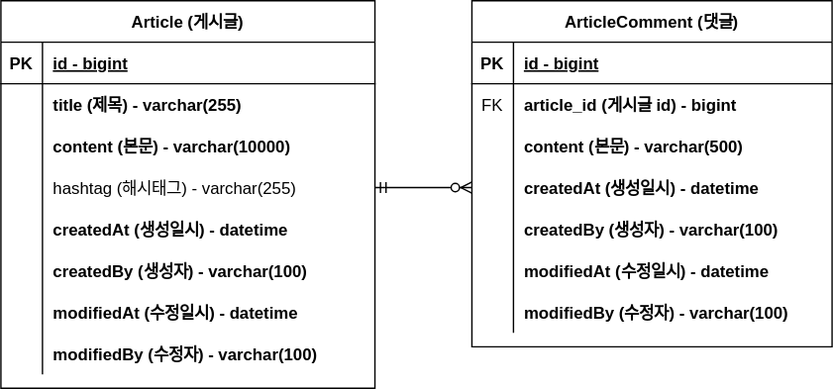
The draw.io diagram document/project-board-erd.svg in postwo/JpaBoard, before a commit. Source tidied: cells renumbered, new cells last; positions are measured from the earlier drawing's top-left corner, leaving out a move shared by most shapes.
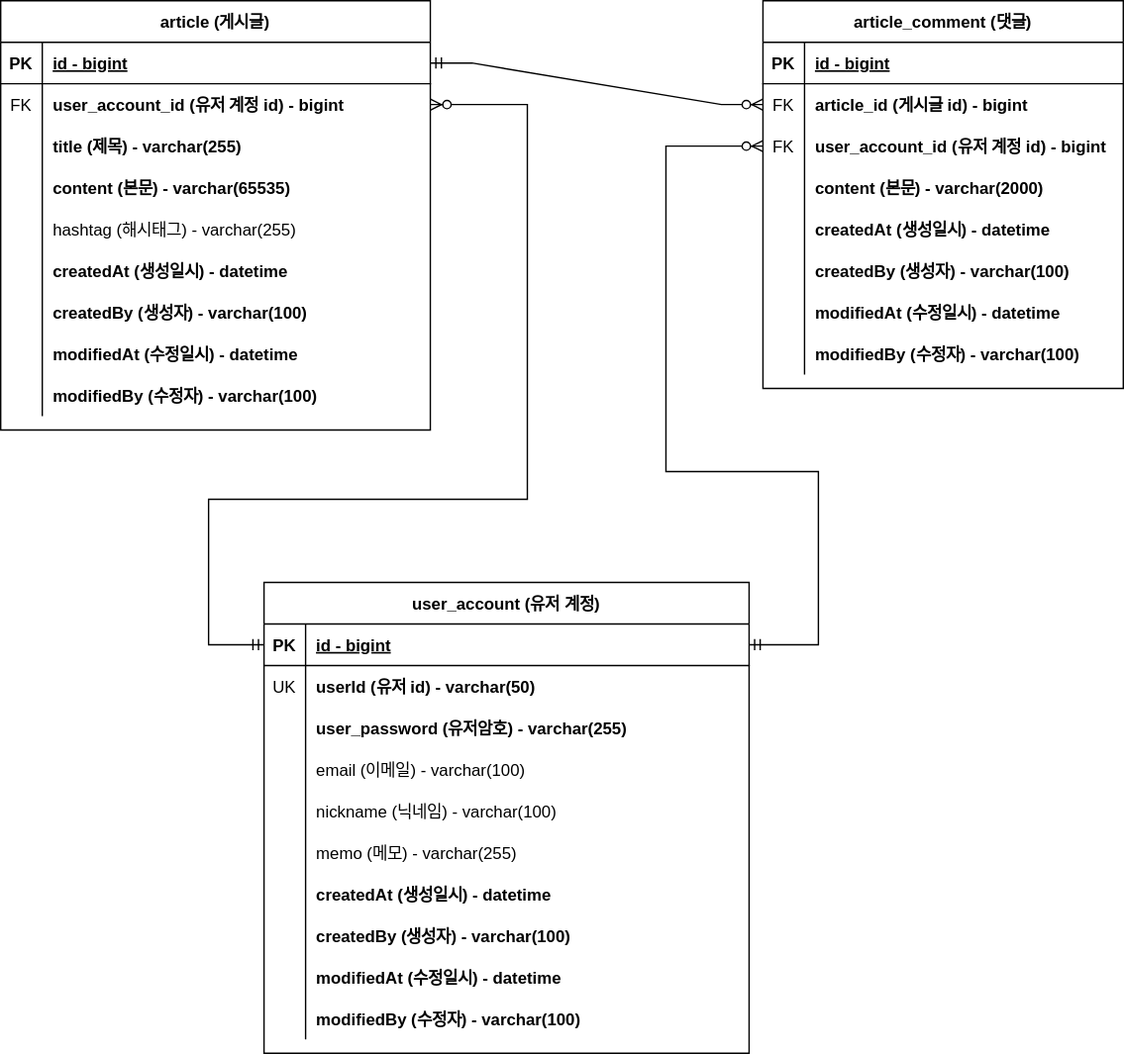
After the change.

Commit message:
# 회원 계정 도메인 구현 및 erd 반영

Diff of the diagram source:
```diff
@@ -4,7 +4,7 @@
     <mxCell id="1" parent="0" />
-    <mxCell id="2" value="Article (게시글)" style="shape=table;startSize=30;rowLines=0;fontStyle=1;align=center;" parent="1" vertex="1">
-      <mxGeometry width="270" height="280" as="geometry" />
+    <mxCell id="2" value="article (게시글)" style="shape=table;startSize=30;rowLines=0;fontStyle=1;align=center;" parent="1" vertex="1">
+      <mxGeometry x="-40" width="310" height="310" as="geometry" />
     </mxCell>
     <mxCell id="3" style="shape=tableRow;horizontal=0;startSize=0;swimlaneHead=0;swimlaneBody=0;fillColor=none;points=[[0,0.5],[1,0.5]];portConstraint=eastwest;top=0;left=0;right=0;bottom=1;" parent="2" vertex="1">
-      <mxGeometry y="30" width="270" height="30" as="geometry" />
+      <mxGeometry y="30" width="310" height="30" as="geometry" />
     </mxCell>
@@ -14,6 +14,15 @@
     <mxCell id="5" value="id - bigint" style="shape=partialRectangle;fillColor=none;top=0;left=0;bottom=0;right=0;align=left;spacingLeft=6;fontStyle=5;overflow=hidden;" parent="3" vertex="1">
-      <mxGeometry x="30" width="240" height="30" as="geometry" />
+      <mxGeometry x="30" width="280" height="30" as="geometry" />
     </mxCell>
+    <mxCell id="50" style="shape=tableRow;horizontal=0;startSize=0;swimlaneHead=0;swimlaneBody=0;fillColor=none;points=[[0,0.5],[1,0.5]];portConstraint=eastwest;top=0;left=0;right=0;bottom=0;" parent="2" vertex="1">
+      <mxGeometry y="60" width="310" height="30" as="geometry" />
+    </mxCell>
+    <mxCell id="51" value="FK" style="shape=partialRectangle;fillColor=none;top=0;left=0;bottom=0;right=0;overflow=hidden;" parent="50" vertex="1">
+      <mxGeometry width="30" height="30" as="geometry" />
+    </mxCell>
+    <mxCell id="52" value="user_account_id (유저 계정 id) - bigint" style="shape=partialRectangle;fillColor=none;top=0;left=0;bottom=0;right=0;align=left;spacingLeft=6;overflow=hidden;fontStyle=1;" parent="50" vertex="1">
+      <mxGeometry x="30" width="280" height="30" as="geometry" />
+    </mxCell>
     <mxCell id="6" style="shape=tableRow;horizontal=0;startSize=0;swimlaneHead=0;swimlaneBody=0;fillColor=none;top=0;left=0;right=0;bottom=0;" parent="2" vertex="1">
-      <mxGeometry y="60" width="270" height="30" as="geometry" />
+      <mxGeometry y="90" width="310" height="30" as="geometry" />
     </mxCell>
@@ -23,6 +32,6 @@
     <mxCell id="8" value="title (제목) - varchar(255)" style="shape=partialRectangle;fillColor=none;top=0;left=0;bottom=0;right=0;align=left;spacingLeft=6;overflow=hidden;fontStyle=1;" parent="6" vertex="1">
-      <mxGeometry x="30" width="240" height="30" as="geometry" />
+      <mxGeometry x="30" width="280" height="30" as="geometry" />
     </mxCell>
     <mxCell id="9" style="shape=tableRow;horizontal=0;startSize=0;swimlaneHead=0;swimlaneBody=0;fillColor=none;top=0;left=0;right=0;bottom=0;" parent="2" vertex="1">
-      <mxGeometry y="90" width="270" height="30" as="geometry" />
+      <mxGeometry y="120" width="310" height="30" as="geometry" />
     </mxCell>
@@ -31,7 +40,7 @@
     </mxCell>
-    <mxCell id="11" value="content (본문) - varchar(10000)" style="shape=partialRectangle;fillColor=none;top=0;left=0;bottom=0;right=0;align=left;spacingLeft=6;overflow=hidden;fontStyle=1;" parent="9" vertex="1">
-      <mxGeometry x="30" width="240" height="30" as="geometry" />
+    <mxCell id="11" value="content (본문) - varchar(65535)" style="shape=partialRectangle;fillColor=none;top=0;left=0;bottom=0;right=0;align=left;spacingLeft=6;overflow=hidden;fontStyle=1;" parent="9" vertex="1">
+      <mxGeometry x="30" width="280" height="30" as="geometry" />
     </mxCell>
     <mxCell id="12" style="shape=tableRow;horizontal=0;startSize=0;swimlaneHead=0;swimlaneBody=0;fillColor=none;points=[[0,0.5],[1,0.5]];portConstraint=eastwest;top=0;left=0;right=0;bottom=0;" parent="2" vertex="1">
-      <mxGeometry y="120" width="270" height="30" as="geometry" />
+      <mxGeometry y="150" width="310" height="30" as="geometry" />
     </mxCell>
@@ -41,6 +50,6 @@
     <mxCell id="14" value="hashtag (해시태그) - varchar(255)" style="shape=partialRectangle;fillColor=none;top=0;left=0;bottom=0;right=0;align=left;spacingLeft=6;overflow=hidden;" parent="12" vertex="1">
-      <mxGeometry x="30" width="240" height="30" as="geometry" />
+      <mxGeometry x="30" width="280" height="30" as="geometry" />
     </mxCell>
     <mxCell id="15" style="shape=tableRow;horizontal=0;startSize=0;swimlaneHead=0;swimlaneBody=0;fillColor=none;top=0;left=0;right=0;bottom=0;" parent="2" vertex="1">
-      <mxGeometry y="150" width="270" height="30" as="geometry" />
+      <mxGeometry y="180" width="310" height="30" as="geometry" />
     </mxCell>
@@ -50,6 +59,6 @@
     <mxCell id="17" value="createdAt (생성일시) - datetime" style="shape=partialRectangle;fillColor=none;top=0;left=0;bottom=0;right=0;align=left;spacingLeft=6;overflow=hidden;fontStyle=1;" parent="15" vertex="1">
-      <mxGeometry x="30" width="240" height="30" as="geometry" />
+      <mxGeometry x="30" width="280" height="30" as="geometry" />
     </mxCell>
     <mxCell id="18" style="shape=tableRow;horizontal=0;startSize=0;swimlaneHead=0;swimlaneBody=0;fillColor=none;top=0;left=0;right=0;bottom=0;" parent="2" vertex="1">
-      <mxGeometry y="180" width="270" height="30" as="geometry" />
+      <mxGeometry y="210" width="310" height="30" as="geometry" />
     </mxCell>
@@ -59,6 +68,6 @@
     <mxCell id="20" value="createdBy (생성자) - varchar(100)" style="shape=partialRectangle;fillColor=none;top=0;left=0;bottom=0;right=0;align=left;spacingLeft=6;overflow=hidden;fontStyle=1;" parent="18" vertex="1">
-      <mxGeometry x="30" width="240" height="30" as="geometry" />
+      <mxGeometry x="30" width="280" height="30" as="geometry" />
     </mxCell>
     <mxCell id="21" style="shape=tableRow;horizontal=0;startSize=0;swimlaneHead=0;swimlaneBody=0;fillColor=none;top=0;left=0;right=0;bottom=0;" parent="2" vertex="1">
-      <mxGeometry y="210" width="270" height="30" as="geometry" />
+      <mxGeometry y="240" width="310" height="30" as="geometry" />
     </mxCell>
@@ -68,6 +77,6 @@
     <mxCell id="23" value="modifiedAt (수정일시) - datetime" style="shape=partialRectangle;fillColor=none;top=0;left=0;bottom=0;right=0;align=left;spacingLeft=6;overflow=hidden;fontStyle=1;" parent="21" vertex="1">
-      <mxGeometry x="30" width="240" height="30" as="geometry" />
+      <mxGeometry x="30" width="280" height="30" as="geometry" />
     </mxCell>
     <mxCell id="24" style="shape=tableRow;horizontal=0;startSize=0;swimlaneHead=0;swimlaneBody=0;fillColor=none;top=0;left=0;right=0;bottom=0;" parent="2" vertex="1">
-      <mxGeometry y="240" width="270" height="30" as="geometry" />
+      <mxGeometry y="270" width="310" height="30" as="geometry" />
     </mxCell>
@@ -77,6 +86,6 @@
     <mxCell id="26" value="modifiedBy (수정자) - varchar(100)" style="shape=partialRectangle;fillColor=none;top=0;left=0;bottom=0;right=0;align=left;spacingLeft=6;overflow=hidden;fontStyle=1;" parent="24" vertex="1">
-      <mxGeometry x="30" width="240" height="30" as="geometry" />
+      <mxGeometry x="30" width="280" height="30" as="geometry" />
     </mxCell>
-    <mxCell id="27" value="ArticleComment (댓글)" style="shape=table;startSize=30;rowLines=0;fontStyle=1;align=center;" parent="1" vertex="1">
-      <mxGeometry x="340" width="260" height="250" as="geometry" />
+    <mxCell id="27" value="article_comment (댓글)" style="shape=table;startSize=30;rowLines=0;fontStyle=1;align=center;" parent="1" vertex="1">
+      <mxGeometry x="510" width="260" height="280" as="geometry" />
     </mxCell>
@@ -100,4 +109,13 @@
     </mxCell>
+    <mxCell id="53" style="shape=tableRow;horizontal=0;startSize=0;swimlaneHead=0;swimlaneBody=0;fillColor=none;points=[[0,0.5],[1,0.5]];portConstraint=eastwest;top=0;left=0;right=0;bottom=0;" parent="27" vertex="1">
+      <mxGeometry y="90" width="260" height="30" as="geometry" />
+    </mxCell>
+    <mxCell id="54" value="FK" style="shape=partialRectangle;fillColor=none;top=0;left=0;bottom=0;right=0;overflow=hidden;" parent="53" vertex="1">
+      <mxGeometry width="30" height="30" as="geometry" />
+    </mxCell>
+    <mxCell id="55" value="user_account_id (유저 계정 id) - bigint" style="shape=partialRectangle;fillColor=none;top=0;left=0;bottom=0;right=0;align=left;spacingLeft=6;overflow=hidden;fontStyle=1;" parent="53" vertex="1">
+      <mxGeometry x="30" width="230" height="30" as="geometry" />
+    </mxCell>
     <mxCell id="34" style="shape=tableRow;horizontal=0;startSize=0;swimlaneHead=0;swimlaneBody=0;fillColor=none;top=0;left=0;right=0;bottom=0;" parent="27" vertex="1">
-      <mxGeometry y="90" width="260" height="30" as="geometry" />
+      <mxGeometry y="120" width="260" height="30" as="geometry" />
     </mxCell>
@@ -106,3 +124,3 @@
     </mxCell>
-    <mxCell id="36" value="content (본문) - varchar(500)" style="shape=partialRectangle;fillColor=none;top=0;left=0;bottom=0;right=0;align=left;spacingLeft=6;overflow=hidden;fontStyle=1;" parent="34" vertex="1">
+    <mxCell id="36" value="content (본문) - varchar(2000)" style="shape=partialRectangle;fillColor=none;top=0;left=0;bottom=0;right=0;align=left;spacingLeft=6;overflow=hidden;fontStyle=1;" parent="34" vertex="1">
       <mxGeometry x="30" width="230" height="30" as="geometry" />
@@ -110,3 +128,3 @@
     <mxCell id="37" style="shape=tableRow;horizontal=0;startSize=0;swimlaneHead=0;swimlaneBody=0;fillColor=none;points=[[0,0.5],[1,0.5]];portConstraint=eastwest;top=0;left=0;right=0;bottom=0;" parent="27" vertex="1">
-      <mxGeometry y="120" width="260" height="30" as="geometry" />
+      <mxGeometry y="150" width="260" height="30" as="geometry" />
     </mxCell>
@@ -119,3 +137,3 @@
     <mxCell id="40" style="shape=tableRow;horizontal=0;startSize=0;swimlaneHead=0;swimlaneBody=0;fillColor=none;top=0;left=0;right=0;bottom=0;" parent="27" vertex="1">
-      <mxGeometry y="150" width="260" height="30" as="geometry" />
+      <mxGeometry y="180" width="260" height="30" as="geometry" />
     </mxCell>
@@ -128,3 +146,3 @@
     <mxCell id="43" style="shape=tableRow;horizontal=0;startSize=0;swimlaneHead=0;swimlaneBody=0;fillColor=none;top=0;left=0;right=0;bottom=0;" parent="27" vertex="1">
-      <mxGeometry y="180" width="260" height="30" as="geometry" />
+      <mxGeometry y="210" width="260" height="30" as="geometry" />
     </mxCell>
@@ -137,3 +155,3 @@
     <mxCell id="46" style="shape=tableRow;horizontal=0;startSize=0;swimlaneHead=0;swimlaneBody=0;fillColor=none;top=0;left=0;right=0;bottom=0;" parent="27" vertex="1">
-      <mxGeometry y="210" width="260" height="30" as="geometry" />
+      <mxGeometry y="240" width="260" height="30" as="geometry" />
     </mxCell>
@@ -145,5 +163,118 @@
     </mxCell>
-    <mxCell id="49" style="edgeStyle=entityRelationEdgeStyle;fontSize=12;html=1;endArrow=ERzeroToMany;startArrow=ERmandOne;rounded=0;exitX=1;exitY=0.5;exitDx=0;exitDy=0;entryX=0;entryY=0.5;entryDx=0;entryDy=0;" parent="1" edge="1" source="12" target="37">
+    <mxCell id="49" style="edgeStyle=entityRelationEdgeStyle;fontSize=12;html=1;endArrow=ERzeroToMany;startArrow=ERmandOne;rounded=0;exitX=1;exitY=0.5;exitDx=0;exitDy=0;entryX=0;entryY=0.5;entryDx=0;entryDy=0;" parent="1" edge="1" source="3" target="31">
       <mxGeometry relative="1" as="geometry" />
     </mxCell>
+    <mxCell id="56" value="user_account (유저 계정)" style="shape=table;startSize=30;rowLines=0;fontStyle=1;align=center;" parent="1" vertex="1">
+      <mxGeometry x="150" y="420" width="350" height="340" as="geometry" />
+    </mxCell>
+    <mxCell id="57" style="shape=tableRow;horizontal=0;startSize=0;swimlaneHead=0;swimlaneBody=0;fillColor=none;points=[[0,0.5],[1,0.5]];portConstraint=eastwest;top=0;left=0;right=0;bottom=1;" parent="56" vertex="1">
+      <mxGeometry y="30" width="350" height="30" as="geometry" />
+    </mxCell>
+    <mxCell id="58" value="PK" style="shape=partialRectangle;fillColor=none;top=0;left=0;bottom=0;right=0;fontStyle=1;overflow=hidden;" parent="57" vertex="1">
+      <mxGeometry width="30" height="30" as="geometry" />
+    </mxCell>
+    <mxCell id="59" value="id - bigint" style="shape=partialRectangle;fillColor=none;top=0;left=0;bottom=0;right=0;align=left;spacingLeft=6;fontStyle=5;overflow=hidden;" parent="57" vertex="1">
+      <mxGeometry x="30" width="320" height="30" as="geometry" />
+    </mxCell>
+    <mxCell id="60" style="shape=tableRow;horizontal=0;startSize=0;swimlaneHead=0;swimlaneBody=0;fillColor=none;top=0;left=0;right=0;bottom=0;" parent="56" vertex="1">
+      <mxGeometry y="60" width="350" height="30" as="geometry" />
+    </mxCell>
+    <mxCell id="61" value="UK" style="shape=partialRectangle;fillColor=none;top=0;left=0;bottom=0;right=0;overflow=hidden;" parent="60" vertex="1">
+      <mxGeometry width="30" height="30" as="geometry" />
+    </mxCell>
+    <mxCell id="62" value="userId (유저 id) - varchar(50)" style="shape=partialRectangle;fillColor=none;top=0;left=0;bottom=0;right=0;align=left;spacingLeft=6;overflow=hidden;fontStyle=1;" parent="60" vertex="1">
+      <mxGeometry x="30" width="320" height="30" as="geometry" />
+    </mxCell>
+    <mxCell id="63" style="shape=tableRow;horizontal=0;startSize=0;swimlaneHead=0;swimlaneBody=0;fillColor=none;top=0;left=0;right=0;bottom=0;" parent="56" vertex="1">
+      <mxGeometry y="90" width="350" height="30" as="geometry" />
+    </mxCell>
+    <mxCell id="64" style="shape=partialRectangle;fillColor=none;top=0;left=0;bottom=0;right=0;overflow=hidden;" parent="63" vertex="1">
+      <mxGeometry width="30" height="30" as="geometry" />
+    </mxCell>
+    <mxCell id="65" value="user_password (유저암호) - varchar(255)" style="shape=partialRectangle;fillColor=none;top=0;left=0;bottom=0;right=0;align=left;spacingLeft=6;overflow=hidden;fontStyle=1;" parent="63" vertex="1">
+      <mxGeometry x="30" width="320" height="30" as="geometry" />
+    </mxCell>
+    <mxCell id="66" style="shape=tableRow;horizontal=0;startSize=0;swimlaneHead=0;swimlaneBody=0;fillColor=none;top=0;left=0;right=0;bottom=0;" parent="56" vertex="1">
+      <mxGeometry y="120" width="350" height="30" as="geometry" />
+    </mxCell>
+    <mxCell id="67" style="shape=partialRectangle;fillColor=none;top=0;left=0;bottom=0;right=0;overflow=hidden;" parent="66" vertex="1">
+      <mxGeometry width="30" height="30" as="geometry" />
+    </mxCell>
+    <mxCell id="68" value="email (이메일) - varchar(100)" style="shape=partialRectangle;fillColor=none;top=0;left=0;bottom=0;right=0;align=left;spacingLeft=6;overflow=hidden;" parent="66" vertex="1">
+      <mxGeometry x="30" width="320" height="30" as="geometry" />
+    </mxCell>
+    <mxCell id="69" style="shape=tableRow;horizontal=0;startSize=0;swimlaneHead=0;swimlaneBody=0;fillColor=none;top=0;left=0;right=0;bottom=0;" parent="56" vertex="1">
+      <mxGeometry y="150" width="350" height="30" as="geometry" />
+    </mxCell>
+    <mxCell id="70" style="shape=partialRectangle;fillColor=none;top=0;left=0;bottom=0;right=0;overflow=hidden;" parent="69" vertex="1">
+      <mxGeometry width="30" height="30" as="geometry" />
+    </mxCell>
+    <mxCell id="71" value="nickname (닉네임) - varchar(100)" style="shape=partialRectangle;fillColor=none;top=0;left=0;bottom=0;right=0;align=left;spacingLeft=6;overflow=hidden;" parent="69" vertex="1">
+      <mxGeometry x="30" width="320" height="30" as="geometry" />
+    </mxCell>
+    <mxCell id="72" style="shape=tableRow;horizontal=0;startSize=0;swimlaneHead=0;swimlaneBody=0;fillColor=none;top=0;left=0;right=0;bottom=0;" parent="56" vertex="1">
+      <mxGeometry y="180" width="350" height="30" as="geometry" />
+    </mxCell>
+    <mxCell id="73" style="shape=partialRectangle;fillColor=none;top=0;left=0;bottom=0;right=0;overflow=hidden;" parent="72" vertex="1">
+      <mxGeometry width="30" height="30" as="geometry" />
+    </mxCell>
+    <mxCell id="74" value="memo (메모) - varchar(255)" style="shape=partialRectangle;fillColor=none;top=0;left=0;bottom=0;right=0;align=left;spacingLeft=6;overflow=hidden;" parent="72" vertex="1">
+      <mxGeometry x="30" width="320" height="30" as="geometry" />
+    </mxCell>
+    <mxCell id="75" style="shape=tableRow;horizontal=0;startSize=0;swimlaneHead=0;swimlaneBody=0;fillColor=none;top=0;left=0;right=0;bottom=0;" parent="56" vertex="1">
+      <mxGeometry y="210" width="350" height="30" as="geometry" />
+    </mxCell>
+    <mxCell id="76" style="shape=partialRectangle;fillColor=none;top=0;left=0;bottom=0;right=0;overflow=hidden;" parent="75" vertex="1">
+      <mxGeometry width="30" height="30" as="geometry" />
+    </mxCell>
+    <mxCell id="77" value="createdAt (생성일시) - datetime" style="shape=partialRectangle;fillColor=none;top=0;left=0;bottom=0;right=0;align=left;spacingLeft=6;overflow=hidden;fontStyle=1;" parent="75" vertex="1">
+      <mxGeometry x="30" width="320" height="30" as="geometry" />
+    </mxCell>
+    <mxCell id="78" style="shape=tableRow;horizontal=0;startSize=0;swimlaneHead=0;swimlaneBody=0;fillColor=none;top=0;left=0;right=0;bottom=0;" parent="56" vertex="1">
+      <mxGeometry y="240" width="350" height="30" as="geometry" />
+    </mxCell>
+    <mxCell id="79" style="shape=partialRectangle;fillColor=none;top=0;left=0;bottom=0;right=0;overflow=hidden;" parent="78" vertex="1">
+      <mxGeometry width="30" height="30" as="geometry" />
+    </mxCell>
+    <mxCell id="80" value="createdBy (생성자) - varchar(100)" style="shape=partialRectangle;fillColor=none;top=0;left=0;bottom=0;right=0;align=left;spacingLeft=6;overflow=hidden;fontStyle=1;" parent="78" vertex="1">
+      <mxGeometry x="30" width="320" height="30" as="geometry" />
+    </mxCell>
+    <mxCell id="81" style="shape=tableRow;horizontal=0;startSize=0;swimlaneHead=0;swimlaneBody=0;fillColor=none;top=0;left=0;right=0;bottom=0;" parent="56" vertex="1">
+      <mxGeometry y="270" width="350" height="30" as="geometry" />
+    </mxCell>
+    <mxCell id="82" style="shape=partialRectangle;fillColor=none;top=0;left=0;bottom=0;right=0;overflow=hidden;" parent="81" vertex="1">
+      <mxGeometry width="30" height="30" as="geometry" />
+    </mxCell>
+    <mxCell id="83" value="modifiedAt (수정일시) - datetime" style="shape=partialRectangle;fillColor=none;top=0;left=0;bottom=0;right=0;align=left;spacingLeft=6;overflow=hidden;fontStyle=1;" parent="81" vertex="1">
+      <mxGeometry x="30" width="320" height="30" as="geometry" />
+    </mxCell>
+    <mxCell id="84" style="shape=tableRow;horizontal=0;startSize=0;swimlaneHead=0;swimlaneBody=0;fillColor=none;top=0;left=0;right=0;bottom=0;" parent="56" vertex="1">
+      <mxGeometry y="300" width="350" height="30" as="geometry" />
+    </mxCell>
+    <mxCell id="85" style="shape=partialRectangle;fillColor=none;top=0;left=0;bottom=0;right=0;overflow=hidden;" parent="84" vertex="1">
+      <mxGeometry width="30" height="30" as="geometry" />
+    </mxCell>
+    <mxCell id="86" value="modifiedBy (수정자) - varchar(100)" style="shape=partialRectangle;fillColor=none;top=0;left=0;bottom=0;right=0;align=left;spacingLeft=6;overflow=hidden;fontStyle=1;" parent="84" vertex="1">
+      <mxGeometry x="30" width="320" height="30" as="geometry" />
+    </mxCell>
+    <mxCell id="87" style="edgeStyle=orthogonalEdgeStyle;fontSize=12;html=1;endArrow=ERzeroToMany;startArrow=ERmandOne;rounded=0;elbow=vertical;exitX=1;exitY=0.5;exitDx=0;exitDy=0;entryX=0;entryY=0.5;entryDx=0;entryDy=0;" parent="1" edge="1" source="57" target="53">
+      <mxGeometry relative="1" as="geometry">
+        <Array as="points">
+          <mxPoint x="550" y="465" />
+          <mxPoint x="550" y="340" />
+          <mxPoint x="440" y="340" />
+          <mxPoint x="440" y="105" />
+        </Array>
+      </mxGeometry>
+    </mxCell>
+    <mxCell id="88" style="edgeStyle=orthogonalEdgeStyle;fontSize=12;html=1;endArrow=ERzeroToMany;startArrow=ERmandOne;rounded=0;elbow=vertical;entryX=1;entryY=0.5;entryDx=0;entryDy=0;exitX=0;exitY=0.5;exitDx=0;exitDy=0;" parent="1" edge="1" source="57" target="50">
+      <mxGeometry relative="1" as="geometry">
+        <Array as="points">
+          <mxPoint x="110" y="465" />
+          <mxPoint x="110" y="360" />
+          <mxPoint x="340" y="360" />
+          <mxPoint x="340" y="75" />
+        </Array>
+      </mxGeometry>
+    </mxCell>
   </root>
```
